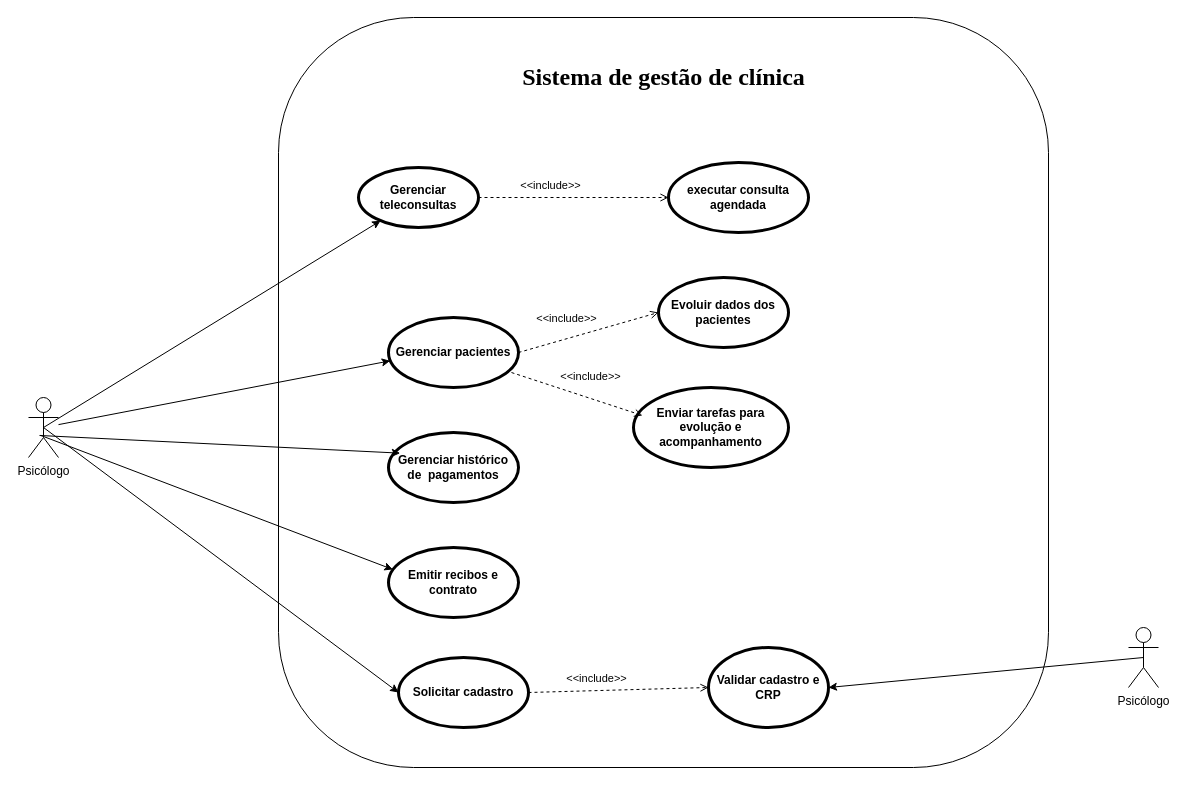
Melancia-Salgada/Documentos keeps this draw.io diagram as casos_de_uso.drawio. Above is the earlier version. Source tidied: cells renumbered, new cells numbered last; positions are measured from the earlier drawing's top-left corner, leaving out a move shared by most shapes. Both pictures are drawn from the tidied source at 100%, with x=0, y=0 at pixel (28, 17).
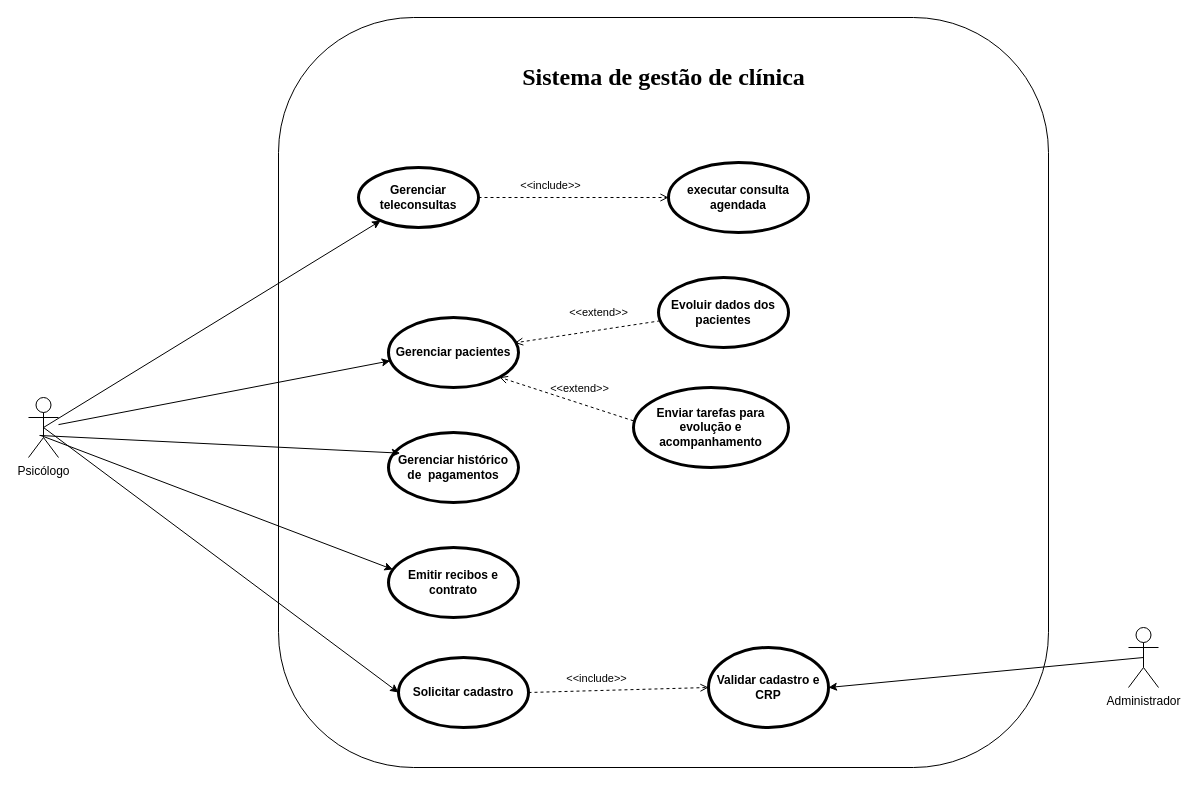
Above is the later version.

The change refers to these unchanged cells:
```xml
<mxCell id="6" value="Evoluir dados dos pacientes" style="shape=ellipse;html=1;strokeWidth=3;fontStyle=1;whiteSpace=wrap;align=center;perimeter=ellipsePerimeter;" parent="1" vertex="1">
  <mxGeometry x="630" y="260" width="130" height="70" as="geometry" />
</mxCell>
<mxCell id="13" value="Gerenciar pacientes" style="shape=ellipse;html=1;strokeWidth=3;fontStyle=1;whiteSpace=wrap;align=center;perimeter=ellipsePerimeter;" parent="1" vertex="1">
  <mxGeometry x="360" y="300" width="130" height="70" as="geometry" />
</mxCell>
<mxCell id="22" value="Enviar tarefas para evolução e acompanhamento" style="shape=ellipse;html=1;strokeWidth=3;fontStyle=1;whiteSpace=wrap;align=center;perimeter=ellipsePerimeter;" parent="1" vertex="1">
  <mxGeometry x="605" y="370" width="155" height="80" as="geometry" />
</mxCell>
```

Change to the diagram source:
```diff
@@
-    <mxCell id="18" value="Psicólogo" style="shape=umlActor;html=1;verticalLabelPosition=bottom;verticalAlign=top;align=center;" parent="1" vertex="1">
+    <mxCell id="18" value="Administrador" style="shape=umlActor;html=1;verticalLabelPosition=bottom;verticalAlign=top;align=center;" parent="1" vertex="1">
       <mxGeometry x="1100" y="610" width="30" height="60" as="geometry" />
     </mxCell>
@@
-    <mxCell id="23" value="&amp;lt;&amp;lt;include&amp;gt;&amp;gt;" style="html=1;verticalAlign=bottom;labelBackgroundColor=none;endArrow=open;endFill=0;dashed=1;rounded=0;exitX=1;exitY=0.5;exitDx=0;exitDy=0;entryX=0;entryY=0.5;entryDx=0;entryDy=0;" parent="1" edge="1" source="13" target="6">
-      <mxGeometry x="-0.27" y="11" relative="1" as="geometry" />
+    <mxCell id="23" value="&amp;lt;&amp;lt;extend&amp;gt;&amp;gt;" style="html=1;verticalAlign=bottom;labelBackgroundColor=none;endArrow=open;endFill=0;dashed=1;rounded=0;exitX=0.013;exitY=0.619;exitDx=0;exitDy=0;entryX=0.972;entryY=0.362;entryDx=0;entryDy=0;exitPerimeter=0;entryPerimeter=0;" parent="1" edge="1" source="6" target="13">
+      <mxGeometry x="-0.17" y="-9" relative="1" as="geometry" />
     </mxCell>
-    <mxCell id="24" value="&amp;lt;&amp;lt;include&amp;gt;&amp;gt;" style="html=1;verticalAlign=bottom;labelBackgroundColor=none;endArrow=open;endFill=0;dashed=1;rounded=0;exitX=0.946;exitY=0.786;exitDx=0;exitDy=0;entryX=0.058;entryY=0.35;entryDx=0;entryDy=0;exitPerimeter=0;entryPerimeter=0;" parent="1" edge="1" source="13" target="22">
-      <mxGeometry x="0.14" y="12" relative="1" as="geometry" />
+    <mxCell id="24" value="&amp;lt;&amp;lt;extend&amp;gt;&amp;gt;" style="html=1;verticalAlign=bottom;labelBackgroundColor=none;endArrow=open;endFill=0;dashed=1;rounded=0;exitX=0;exitY=0.417;exitDx=0;exitDy=0;entryX=1;entryY=1;entryDx=0;entryDy=0;exitPerimeter=0;" parent="1" edge="1" source="22" target="13">
+      <mxGeometry x="-0.16" y="-5" relative="1" as="geometry">
+        <mxPoint x="1" as="offset" />
+      </mxGeometry>
     </mxCell>
```
